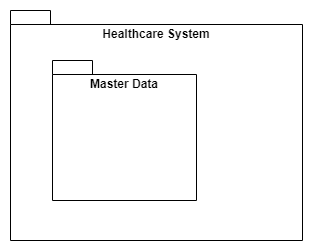
The draw.io diagram docs/global-artifacts/03.design/implementation-view/level-2/png/N2-VI.png in vscosousa/LAPR5_3DC_G15, before a commit. Source tidied: cells renumbered, new cells last; positions are measured from the earlier drawing's top-left corner, leaving out a move shared by most shapes.
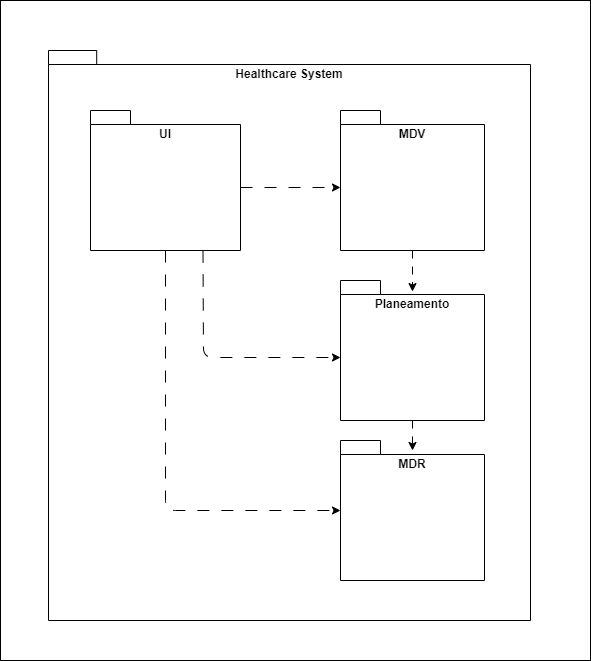
The same file after the commit.

Diff of the diagram source:
```diff
@@ -1,12 +1,50 @@
 <mxGraphModel>
   <root>
     <mxCell id="0" />
+    <mxCell id="4" value="Untitled Layer" parent="0" />
+    <mxCell id="5" style="rounded=0;whiteSpace=wrap;html=1;" parent="4" vertex="1">
+      <mxGeometry x="-48" y="-50" width="590" height="660" as="geometry" />
+    </mxCell>
     <mxCell id="1" parent="0" />
     <mxCell id="2" value="Healthcare System" style="shape=folder;fontStyle=1;spacingTop=10;tabWidth=40;tabHeight=14;tabPosition=left;html=1;whiteSpace=wrap;align=center;verticalAlign=top;" parent="1" vertex="1">
-      <mxGeometry width="292" height="230" as="geometry" />
+      <mxGeometry width="482" height="570" as="geometry" />
     </mxCell>
-    <mxCell id="3" value="Master Data" style="shape=folder;fontStyle=1;spacingTop=10;tabWidth=40;tabHeight=14;tabPosition=left;html=1;whiteSpace=wrap;verticalAlign=top;" parent="1" vertex="1">
-      <mxGeometry x="42" y="50" width="144" height="140" as="geometry" />
+    <mxCell id="3" value="MDR" style="shape=folder;fontStyle=1;spacingTop=10;tabWidth=40;tabHeight=14;tabPosition=left;html=1;whiteSpace=wrap;verticalAlign=top;" parent="1" vertex="1">
+      <mxGeometry x="292" y="390" width="144" height="140" as="geometry" />
     </mxCell>
+    <mxCell id="6" style="edgeStyle=none;html=1;dashed=1;dashPattern=12 12;" parent="1" edge="1" source="9" target="3">
+      <mxGeometry relative="1" as="geometry">
+        <Array as="points">
+          <mxPoint x="117" y="460" />
+        </Array>
+      </mxGeometry>
+    </mxCell>
+    <mxCell id="7" style="edgeStyle=none;html=1;entryX=0;entryY=0;entryDx=0;entryDy=77;entryPerimeter=0;exitX=0;exitY=0;exitDx=150;exitDy=77;exitPerimeter=0;strokeColor=default;dashed=1;dashPattern=12 12;" parent="1" edge="1" source="9" target="13">
+      <mxGeometry relative="1" as="geometry" />
+    </mxCell>
+    <mxCell id="8" style="edgeStyle=none;html=1;entryX=0;entryY=0;entryDx=0;entryDy=77;entryPerimeter=0;exitX=0.75;exitY=1;exitDx=0;exitDy=0;exitPerimeter=0;dashed=1;dashPattern=12 12;" parent="1" edge="1" source="9" target="11">
+      <mxGeometry relative="1" as="geometry">
+        <Array as="points">
+          <mxPoint x="155" y="307" />
+        </Array>
+      </mxGeometry>
+    </mxCell>
+    <mxCell id="9" value="UI" style="shape=folder;fontStyle=1;spacingTop=10;tabWidth=40;tabHeight=14;tabPosition=left;html=1;whiteSpace=wrap;verticalAlign=top;" parent="1" vertex="1">
+      <mxGeometry x="42" y="60" width="150" height="140" as="geometry" />
+    </mxCell>
+    <mxCell id="10" style="edgeStyle=none;html=1;exitX=0.5;exitY=1;exitDx=0;exitDy=0;exitPerimeter=0;dashed=1;dashPattern=8 8;" parent="1" edge="1" source="11">
+      <mxGeometry relative="1" as="geometry">
+        <mxPoint x="364" y="400" as="targetPoint" />
+      </mxGeometry>
+    </mxCell>
+    <mxCell id="11" value="Planeamento" style="shape=folder;fontStyle=1;spacingTop=10;tabWidth=40;tabHeight=14;tabPosition=left;html=1;whiteSpace=wrap;verticalAlign=top;" parent="1" vertex="1">
+      <mxGeometry x="292" y="230" width="144" height="140" as="geometry" />
+    </mxCell>
+    <mxCell id="12" style="edgeStyle=none;html=1;exitX=0.5;exitY=1;exitDx=0;exitDy=0;exitPerimeter=0;entryX=0.5;entryY=0.079;entryDx=0;entryDy=0;entryPerimeter=0;dashed=1;dashPattern=8 8;" parent="1" edge="1" source="13" target="11">
+      <mxGeometry relative="1" as="geometry" />
+    </mxCell>
+    <mxCell id="13" value="MDV" style="shape=folder;fontStyle=1;spacingTop=10;tabWidth=40;tabHeight=14;tabPosition=left;html=1;whiteSpace=wrap;verticalAlign=top;" parent="1" vertex="1">
+      <mxGeometry x="292" y="60" width="144" height="140" as="geometry" />
+    </mxCell>
   </root>
 </mxGraphModel>
```
